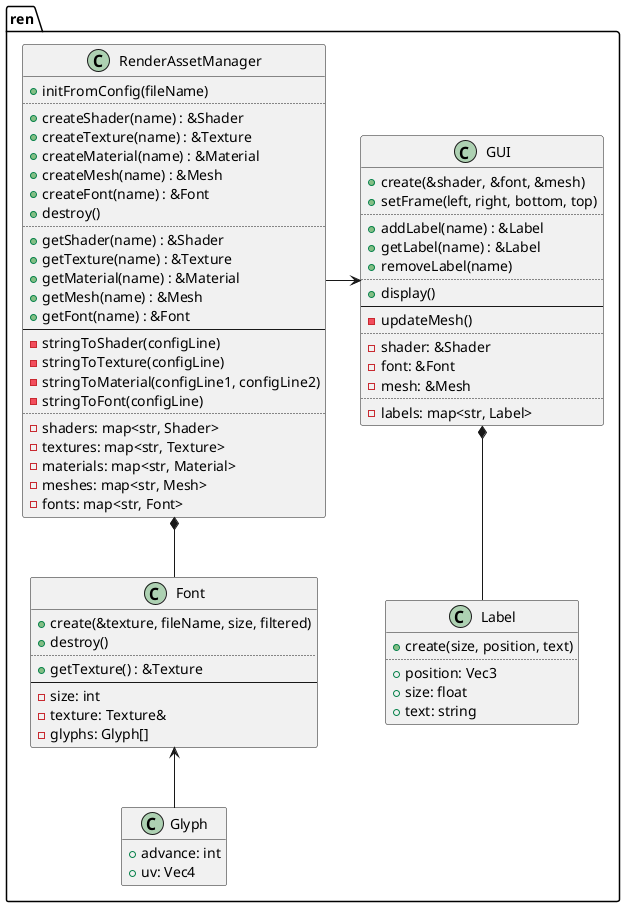
This is design/label.png from ba6er/marblemaze, a PlantUML export, as it was before one commit.
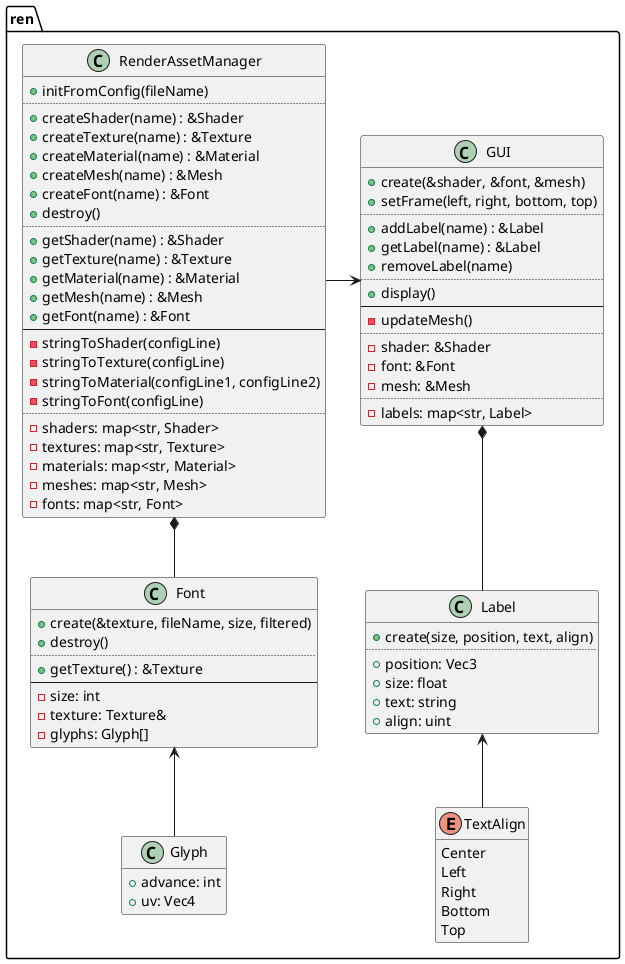
The same diagram one commit later.

Commit message:
Added ren::TextAlign for ren::Label

Diff of the diagram source:
```diff
@@ -65,12 +65,22 @@
 	-labels: map<str, Label>
 }
 
+enum ren::TextAlign {
+	Center
+	Left
+	Right
+	Bottom
+	Top
+}
+hide TextAlign methods
+
 class ren::Label {
-	+create(size, position, text)
+	+create(size, position, text, align)
 	..
 	+position: Vec3
 	+size: float
 	+text: string
+	+align: uint
 }
 
 Font <-- Glyph
@@ -79,4 +89,6 @@
 GUI <-left- RenderAssetManager
 GUI *-down- Label
 
+Label <-- TextAlign
+
 @enduml
```
